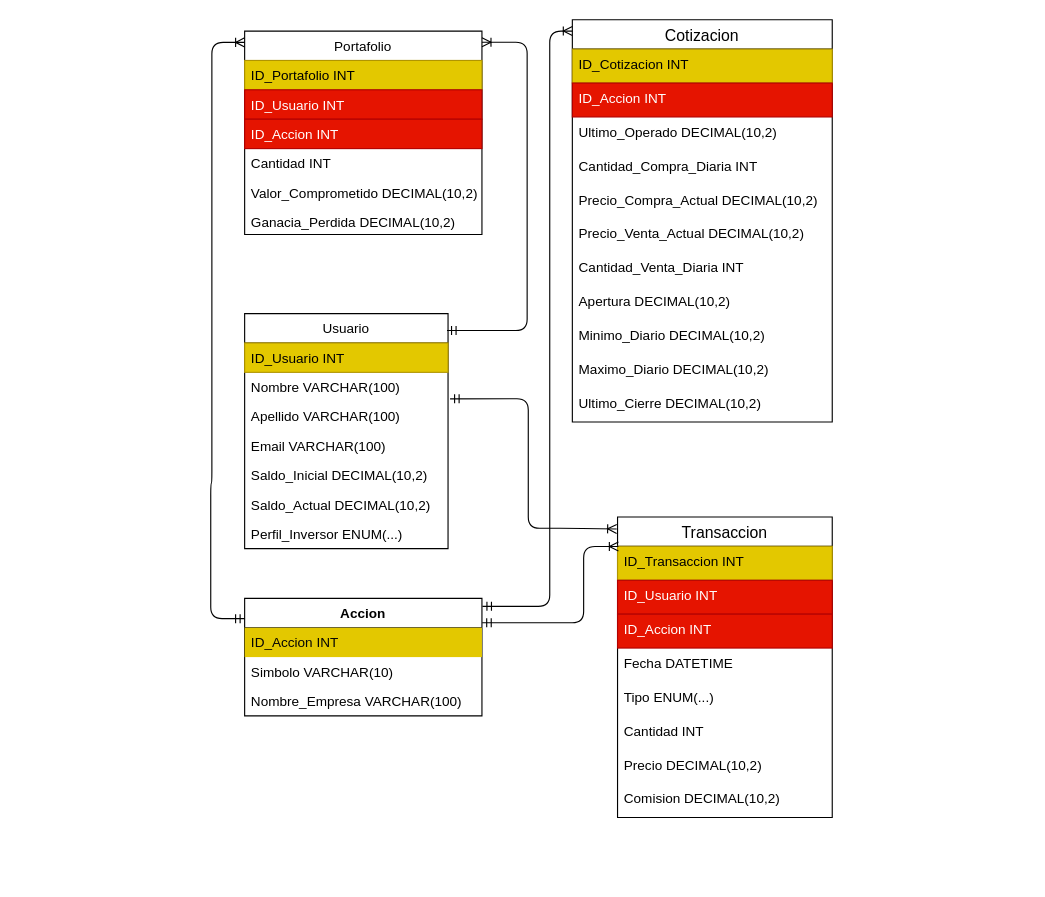
Before: base_de_datos/proyecto.drawio in ispc-team-13/argBrokerDemo, a draw.io diagram. Source tidied: cells renumbered, new cells numbered last; positions are measured from the earlier drawing's top-left corner, leaving out a move shared by most shapes. Both pictures are drawn from the tidied source at 113%, with x=0, y=0 at pixel (210, 19).
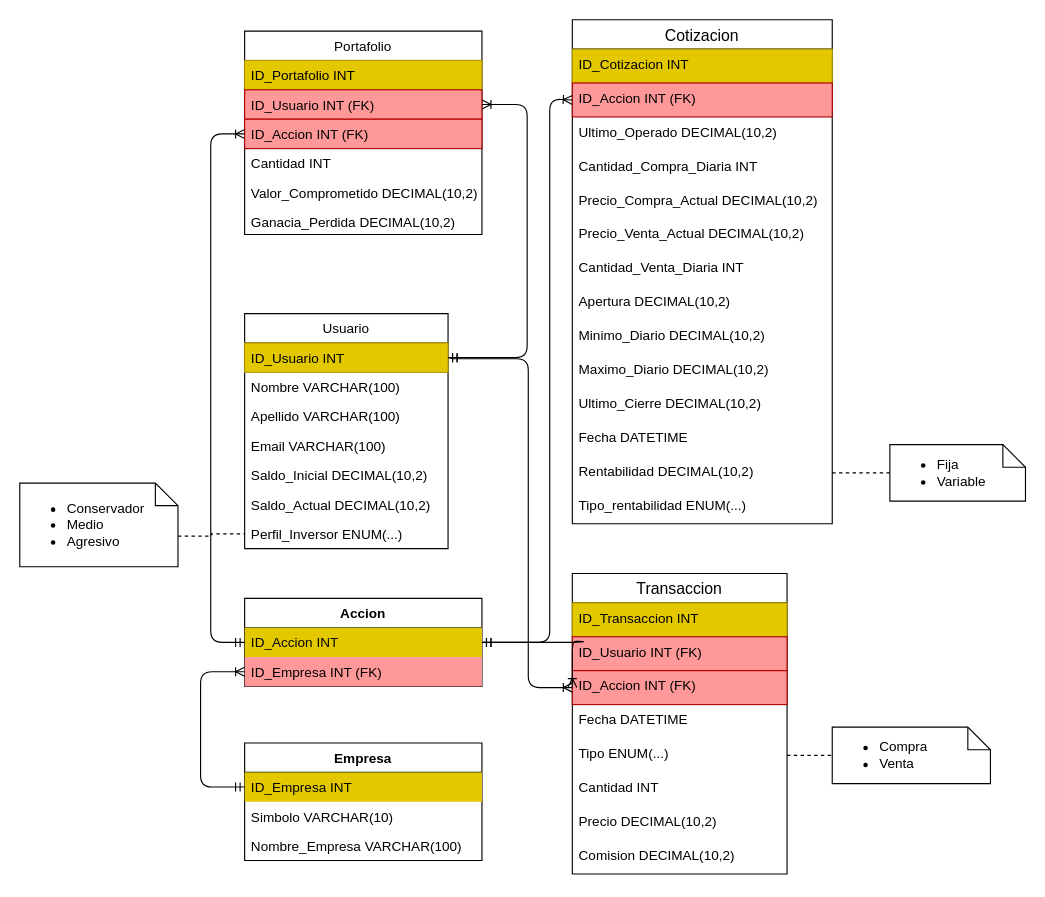
The same page after the edit.

The change refers to these unchanged cells:
```xml
<mxCell id="2" value="Portafolio" style="swimlane;fontStyle=0;horizontal=1;startSize=26;fillColor=default;" parent="1" vertex="1">
  <mxGeometry x="30" y="10" width="210" height="180" as="geometry" />
</mxCell>
<mxCell id="9" value="Usuario" style="swimlane;fontStyle=0;horizontal=1;startSize=26;fillColor=default;direction=east;" parent="1" vertex="1">
  <mxGeometry x="30" y="260" width="180" height="208" as="geometry" />
</mxCell>
<mxCell id="10" value="ID_Usuario INT" style="text;strokeColor=#B09500;fillColor=#e3c800;align=left;verticalAlign=top;spacingLeft=4;spacingRight=4;overflow=hidden;points=[[0,0.5],[1,0.5]];portConstraint=eastwest;fontColor=#000000;" parent="9" vertex="1">
  <mxGeometry y="26" width="180" height="26" as="geometry" />
</mxCell>
<mxCell id="11" value="Nombre VARCHAR(100)" style="text;strokeColor=none;fillColor=none;align=left;verticalAlign=top;spacingLeft=4;spacingRight=4;overflow=hidden;points=[[0,0.5],[1,0.5]];portConstraint=eastwest;" parent="9" vertex="1">
  <mxGeometry y="52" width="180" height="26" as="geometry" />
</mxCell>
<mxCell id="16" value="Perfil_Inversor ENUM(...)" style="text;strokeColor=none;fillColor=none;align=left;verticalAlign=top;spacingLeft=4;spacingRight=4;overflow=hidden;points=[[0,0.5],[1,0.5]];portConstraint=eastwest;" parent="9" vertex="1">
  <mxGeometry y="182" width="180" height="26" as="geometry" />
</mxCell>
<mxCell id="31" value="ID_Transaccion INT" style="text;strokeColor=#B09500;fillColor=#e3c800;spacingLeft=4;spacingRight=4;overflow=hidden;points=[[0,0.5],[1,0.5]];portConstraint=eastwest;fontSize=12;fontColor=#000000;" parent="30" vertex="1">
  <mxGeometry y="26" width="190" height="30" as="geometry" />
</mxCell>
<mxCell id="35" value="Tipo ENUM(...)" style="text;strokeColor=none;fillColor=none;spacingLeft=4;spacingRight=4;overflow=hidden;points=[[0,0.5],[1,0.5]];portConstraint=eastwest;fontSize=12;" parent="30" vertex="1">
  <mxGeometry y="146" width="190" height="30" as="geometry" />
</mxCell>
<mxCell id="41" value="ID_Accion INT" style="text;strokeColor=none;fillColor=#e3c800;align=left;verticalAlign=top;spacingLeft=4;spacingRight=4;overflow=hidden;points=[[0,0.5],[1,0.5]];portConstraint=eastwest;fontColor=#050505;" parent="40" vertex="1">
  <mxGeometry y="26" width="210" height="26" as="geometry" />
</mxCell>
```

What changed in the source:
```diff
@@
-    <mxCell id="4" value="ID_Usuario INT" style="text;strokeColor=#B20000;fillColor=#e51400;align=left;verticalAlign=top;spacingLeft=4;spacingRight=4;overflow=hidden;points=[[0,0.5],[1,0.5]];portConstraint=eastwest;fontColor=#ffffff;" parent="2" vertex="1">
+    <mxCell id="4" value="ID_Usuario INT (FK)" style="text;strokeColor=#B20000;fillColor=#FF9999;align=left;verticalAlign=top;spacingLeft=4;spacingRight=4;overflow=hidden;points=[[0,0.5],[1,0.5]];portConstraint=eastwest;fontColor=#000000;" parent="2" vertex="1">
       <mxGeometry y="52" width="210" height="26" as="geometry" />
     </mxCell>
-    <mxCell id="5" value="ID_Accion INT" style="text;strokeColor=#B20000;fillColor=#e51400;align=left;verticalAlign=top;spacingLeft=4;spacingRight=4;overflow=hidden;points=[[0,0.5],[1,0.5]];portConstraint=eastwest;fontColor=#ffffff;" parent="2" vertex="1">
+    <mxCell id="5" value="ID_Accion INT (FK)" style="text;strokeColor=#B20000;fillColor=#FF9999;align=left;verticalAlign=top;spacingLeft=4;spacingRight=4;overflow=hidden;points=[[0,0.5],[1,0.5]];portConstraint=eastwest;fontColor=#000000;" parent="2" vertex="1">
       <mxGeometry y="78" width="210" height="26" as="geometry" />
     </mxCell>
@@
-    <mxCell id="17" style="edgeStyle=orthogonalEdgeStyle;fontSize=12;html=1;endArrow=ERoneToMany;startArrow=ERmandOne;exitX=0.995;exitY=0.072;exitDx=0;exitDy=0;exitPerimeter=0;entryX=1;entryY=0.055;entryDx=0;entryDy=0;entryPerimeter=0;" parent="1" edge="1" source="9" target="2">
+    <mxCell id="17" style="edgeStyle=orthogonalEdgeStyle;fontSize=12;html=1;endArrow=ERoneToMany;startArrow=ERmandOne;exitX=1;exitY=0.5;exitDx=0;exitDy=0;entryX=1;entryY=0.5;entryDx=0;entryDy=0;" parent="1" edge="1" source="10" target="4">
       <mxGeometry relative="1" as="geometry">
         <Array as="points">
-          <mxPoint x="280" y="275" />
-          <mxPoint x="280" y="20" />
+          <mxPoint x="280" y="299" />
+          <mxPoint x="280" y="75" />
         </Array>
       </mxGeometry>
     </mxCell>
     <mxCell id="18" value="Cotizacion" style="swimlane;fontStyle=0;horizontal=1;startSize=26;align=center;fontSize=14;" parent="1" vertex="1">
-      <mxGeometry x="320" width="230" height="356" as="geometry" />
+      <mxGeometry x="320" width="230" height="446" as="geometry" />
     </mxCell>
@@
-    <mxCell id="20" value="ID_Accion INT" style="text;strokeColor=#B20000;fillColor=#e51400;spacingLeft=4;spacingRight=4;overflow=hidden;points=[[0,0.5],[1,0.5]];portConstraint=eastwest;fontSize=12;fontColor=#ffffff;" parent="18" vertex="1">
+    <mxCell id="20" value="ID_Accion INT (FK)" style="text;strokeColor=#B20000;fillColor=#FF9999;spacingLeft=4;spacingRight=4;overflow=hidden;points=[[0,0.5],[1,0.5]];portConstraint=eastwest;fontSize=12;fontColor=#000000;" parent="18" vertex="1">
       <mxGeometry y="56" width="230" height="30" as="geometry" />
     </mxCell>
@@
+    <mxCell id="47" value="Fecha DATETIME" style="text;strokeColor=none;fillColor=none;spacingLeft=4;spacingRight=4;overflow=hidden;fontSize=12;" parent="18" vertex="1">
+      <mxGeometry y="356" width="230" height="30" as="geometry" />
+    </mxCell>
+    <mxCell id="48" value="Rentabilidad DECIMAL(10,2)" style="text;strokeColor=none;fillColor=none;spacingLeft=4;spacingRight=4;overflow=hidden;points=[[0,0.5],[1,0.5]];portConstraint=eastwest;fontSize=12;" parent="18" vertex="1">
+      <mxGeometry y="386" width="230" height="30" as="geometry" />
+    </mxCell>
+    <mxCell id="49" value="Tipo_rentabilidad ENUM(...)" style="text;strokeColor=none;fillColor=none;spacingLeft=4;spacingRight=4;overflow=hidden;fontSize=12;" parent="18" vertex="1">
+      <mxGeometry y="416" width="230" height="30" as="geometry" />
+    </mxCell>
     <mxCell id="30" value="Transaccion" style="swimlane;fontStyle=0;horizontal=1;startSize=26;align=center;fontSize=14;fillColor=default;" parent="1" vertex="1">
-      <mxGeometry x="360" y="440" width="190" height="266" as="geometry" />
+      <mxGeometry x="320" y="490" width="190" height="266" as="geometry" />
     </mxCell>
@@
-    <mxCell id="32" value="ID_Usuario INT" style="text;strokeColor=#B20000;fillColor=#e51400;spacingLeft=4;spacingRight=4;overflow=hidden;fontSize=12;fontColor=#ffffff;" parent="30" vertex="1">
+    <mxCell id="32" value="ID_Usuario INT (FK)" style="text;strokeColor=#B20000;fillColor=#FF9999;spacingLeft=4;spacingRight=4;overflow=hidden;fontSize=12;fontColor=#000000;" parent="30" vertex="1">
       <mxGeometry y="56" width="190" height="30" as="geometry" />
     </mxCell>
-    <mxCell id="33" value="ID_Accion INT" style="text;strokeColor=#B20000;fillColor=#e51400;spacingLeft=4;spacingRight=4;overflow=hidden;points=[[0,0.5],[1,0.5]];portConstraint=eastwest;fontSize=12;fontColor=#ffffff;" parent="30" vertex="1">
+    <mxCell id="33" value="ID_Accion INT (FK)" style="text;strokeColor=#B20000;fillColor=#FF9999;spacingLeft=4;spacingRight=4;overflow=hidden;points=[[0,0.5],[1,0.5]];portConstraint=eastwest;fontSize=12;fontColor=#000000;" parent="30" vertex="1">
       <mxGeometry y="86" width="190" height="30" as="geometry" />
     </mxCell>
@@
-    <mxCell id="39" style="fontSize=12;html=1;endArrow=ERoneToMany;startArrow=ERmandOne;edgeStyle=orthogonalEdgeStyle;exitX=1.01;exitY=0.901;exitDx=0;exitDy=0;exitPerimeter=0;entryX=-0.004;entryY=0.04;entryDx=0;entryDy=0;entryPerimeter=0;" parent="1" edge="1" source="11" target="30">
+    <mxCell id="39" style="fontSize=12;html=1;endArrow=ERoneToMany;startArrow=ERmandOne;edgeStyle=orthogonalEdgeStyle;exitX=1;exitY=0.5;exitDx=0;exitDy=0;" parent="1" edge="1" source="10" target="33">
       <mxGeometry relative="1" as="geometry">
         <Array as="points">
-          <mxPoint x="281" y="335" />
-          <mxPoint x="281" y="450" />
-          <mxPoint x="319" y="450" />
+          <mxPoint x="212" y="299" />
+          <mxPoint x="212" y="300" />
+          <mxPoint x="281" y="300" />
+          <mxPoint x="281" y="591" />
         </Array>
       </mxGeometry>
     </mxCell>
     <mxCell id="40" value="Accion" style="swimlane;fontStyle=1;align=center;verticalAlign=top;horizontal=1;startSize=26;" parent="1" vertex="1">
-      <mxGeometry x="30" y="512" width="210" height="104" as="geometry" />
+      <mxGeometry x="30" y="512" width="210" height="78" as="geometry" />
     </mxCell>
@@
-    <mxCell id="42" value="Simbolo VARCHAR(10)" style="text;strokeColor=none;fillColor=none;align=left;verticalAlign=top;spacingLeft=4;spacingRight=4;overflow=hidden;points=[[0,0.5],[1,0.5]];portConstraint=eastwest;" parent="40" vertex="1">
+    <mxCell id="42" value="ID_Empresa INT (FK)" style="text;strokeColor=none;fillColor=#FF9999;align=left;verticalAlign=top;spacingLeft=4;spacingRight=4;overflow=hidden;points=[[0,0.5],[1,0.5]];portConstraint=eastwest;" parent="40" vertex="1">
       <mxGeometry y="52" width="210" height="26" as="geometry" />
     </mxCell>
-    <mxCell id="43" value="Nombre_Empresa VARCHAR(100)" style="text;strokeColor=none;fillColor=none;align=left;verticalAlign=top;spacingLeft=4;spacingRight=4;overflow=hidden;" parent="40" vertex="1">
-      <mxGeometry y="78" width="210" height="26" as="geometry" />
-    </mxCell>
-    <mxCell id="44" style="fontSize=12;html=1;endArrow=ERoneToMany;startArrow=ERmandOne;edgeStyle=orthogonalEdgeStyle;entryX=0.004;entryY=0.005;entryDx=0;entryDy=0;entryPerimeter=0;exitX=1.001;exitY=0.208;exitDx=0;exitDy=0;exitPerimeter=0;" parent="1" edge="1" source="40" target="31">
+    <mxCell id="44" style="fontSize=12;html=1;endArrow=ERoneToMany;startArrow=ERmandOne;edgeStyle=orthogonalEdgeStyle;exitX=1;exitY=0.5;exitDx=0;exitDy=0;entryX=0;entryY=0.5;entryDx=0;entryDy=0;" parent="1" edge="1" source="41" target="33">
       <mxGeometry relative="1" as="geometry">
         <Array as="points">
-          <mxPoint x="330" y="534" />
-          <mxPoint x="330" y="466" />
+          <mxPoint x="330" y="551" />
+          <mxPoint x="491" y="550" />
         </Array>
       </mxGeometry>
     </mxCell>
-    <mxCell id="45" style="fontSize=12;html=1;endArrow=ERoneToMany;startArrow=ERmandOne;edgeStyle=orthogonalEdgeStyle;" parent="1" edge="1" source="40">
+    <mxCell id="45" style="fontSize=12;html=1;endArrow=ERoneToMany;startArrow=ERmandOne;edgeStyle=orthogonalEdgeStyle;entryX=0;entryY=0.5;entryDx=0;entryDy=0;exitX=0;exitY=0.5;exitDx=0;exitDy=0;" parent="1" edge="1" source="41" target="5">
       <mxGeometry relative="1" as="geometry">
-        <mxPoint x="30" y="20" as="targetPoint" />
         <Array as="points">
-          <mxPoint y="530" />
-          <mxPoint y="410" />
-          <mxPoint x="1" y="410" />
-          <mxPoint x="1" y="20" />
+          <mxPoint y="551" />
+          <mxPoint y="101" />
         </Array>
       </mxGeometry>
     </mxCell>
-    <mxCell id="46" style="fontSize=12;html=1;endArrow=ERoneToMany;startArrow=ERmandOne;edgeStyle=orthogonalEdgeStyle;exitX=1.002;exitY=0.068;exitDx=0;exitDy=0;exitPerimeter=0;" parent="1" edge="1" source="40">
+    <mxCell id="46" style="fontSize=12;html=1;endArrow=ERoneToMany;startArrow=ERmandOne;edgeStyle=orthogonalEdgeStyle;exitX=1;exitY=0.5;exitDx=0;exitDy=0;entryX=0;entryY=0.5;entryDx=0;entryDy=0;" parent="1" edge="1" source="40" target="20">
       <mxGeometry relative="1" as="geometry">
-        <mxPoint x="320" y="10" as="targetPoint" />
         <Array as="points">
-          <mxPoint x="300" y="519" />
-          <mxPoint x="300" y="10" />
+          <mxPoint x="300" y="551" />
+          <mxPoint x="300" y="70" />
+          <mxPoint x="320" y="70" />
         </Array>
       </mxGeometry>
     </mxCell>
+    <mxCell id="50" value="Empresa" style="swimlane;fontStyle=1;align=center;verticalAlign=top;horizontal=1;startSize=26;" parent="1" vertex="1">
+      <mxGeometry x="30" y="640" width="210" height="104" as="geometry" />
+    </mxCell>
+    <mxCell id="51" value="ID_Empresa INT" style="text;strokeColor=none;fillColor=#e3c800;align=left;verticalAlign=top;spacingLeft=4;spacingRight=4;overflow=hidden;points=[[0,0.5],[1,0.5]];portConstraint=eastwest;fontColor=#050505;" parent="50" vertex="1">
+      <mxGeometry y="26" width="210" height="26" as="geometry" />
+    </mxCell>
+    <mxCell id="52" value="Simbolo VARCHAR(10)" style="text;strokeColor=none;fillColor=none;align=left;verticalAlign=top;spacingLeft=4;spacingRight=4;overflow=hidden;" parent="50" vertex="1">
+      <mxGeometry y="52" width="210" height="26" as="geometry" />
+    </mxCell>
+    <mxCell id="43" value="Nombre_Empresa VARCHAR(100)" style="text;strokeColor=none;fillColor=none;align=left;verticalAlign=top;spacingLeft=4;spacingRight=4;overflow=hidden;" parent="50" vertex="1">
+      <mxGeometry y="78" width="210" height="26" as="geometry" />
+    </mxCell>
+    <mxCell id="53" style="fontSize=12;html=1;endArrow=ERoneToMany;startArrow=ERmandOne;edgeStyle=orthogonalEdgeStyle;entryX=0;entryY=0.5;entryDx=0;entryDy=0;exitX=0;exitY=0.5;exitDx=0;exitDy=0;" parent="1" edge="1" source="51" target="42">
+      <mxGeometry relative="1" as="geometry">
+        <Array as="points">
+          <mxPoint x="-9" y="679" />
+          <mxPoint x="-9" y="577" />
+        </Array>
+      </mxGeometry>
+    </mxCell>
+    <mxCell id="54" value="&lt;ul&gt;&lt;li&gt;Fija&lt;/li&gt;&lt;li&gt;Variable&lt;/li&gt;&lt;/ul&gt;" style="shape=note;size=20;whiteSpace=wrap;html=1;align=left;" parent="1" vertex="1">
+      <mxGeometry x="601" y="376" width="120" height="50" as="geometry" />
+    </mxCell>
+    <mxCell id="55" style="edgeStyle=orthogonalEdgeStyle;rounded=0;jettySize=auto;html=1;exitX=1;exitY=0.5;exitDx=0;exitDy=0;entryX=0;entryY=0.5;entryDx=0;entryDy=0;entryPerimeter=0;dashed=1;endArrow=none;endFill=0;" parent="1" edge="1" source="48" target="54">
+      <mxGeometry relative="1" as="geometry" />
+    </mxCell>
+    <mxCell id="56" value="&lt;ul&gt;&lt;li&gt;Conservador&lt;/li&gt;&lt;li&gt;Medio&lt;/li&gt;&lt;li&gt;Agresivo&lt;/li&gt;&lt;/ul&gt;" style="shape=note;size=20;whiteSpace=wrap;html=1;align=left;" parent="1" vertex="1">
+      <mxGeometry x="-169" y="410" width="140" height="74" as="geometry" />
+    </mxCell>
+    <mxCell id="57" style="edgeStyle=orthogonalEdgeStyle;rounded=0;jettySize=auto;html=1;exitX=0;exitY=0;exitDx=140;exitDy=47;entryX=0;entryY=0.5;entryDx=0;entryDy=0;dashed=1;endArrow=none;endFill=0;exitPerimeter=0;" parent="1" edge="1" source="56" target="16">
+      <mxGeometry relative="1" as="geometry" />
+    </mxCell>
+    <mxCell id="58" value="&lt;ul&gt;&lt;li&gt;Compra&lt;/li&gt;&lt;li&gt;Venta&lt;/li&gt;&lt;/ul&gt;" style="shape=note;size=20;whiteSpace=wrap;html=1;align=left;" parent="1" vertex="1">
+      <mxGeometry x="550" y="626" width="140" height="50" as="geometry" />
+    </mxCell>
+    <mxCell id="59" style="edgeStyle=orthogonalEdgeStyle;rounded=0;jettySize=auto;html=1;exitX=1;exitY=0.5;exitDx=0;exitDy=0;entryX=0;entryY=0.5;entryDx=0;entryDy=0;entryPerimeter=0;dashed=1;endArrow=none;endFill=0;" parent="1" edge="1" source="35" target="58">
+      <mxGeometry relative="1" as="geometry" />
+    </mxCell>
```
